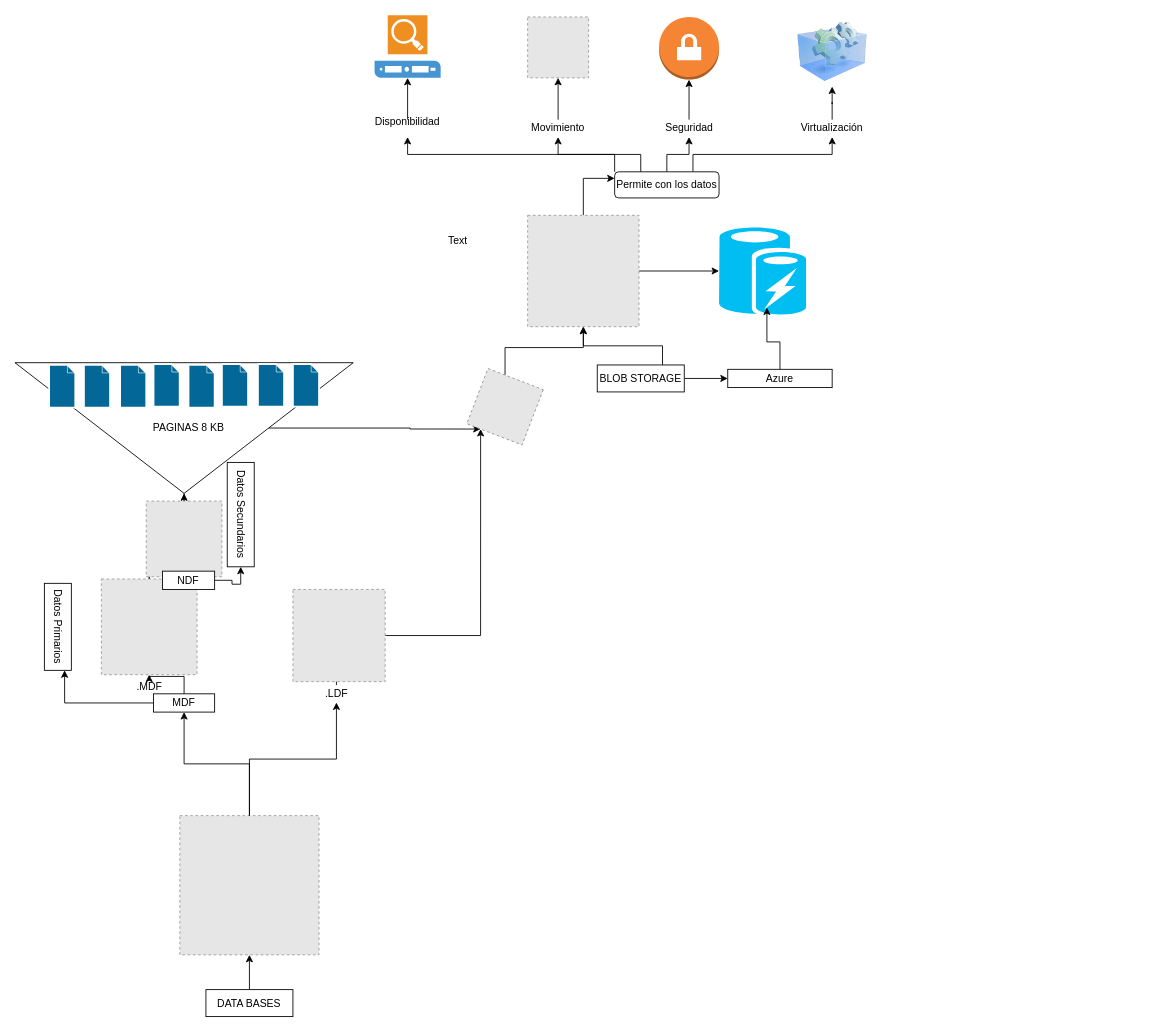
This is Untitled Diagram.drawio from Alexs18/BaseDeDatos-Con-Plpgsql, a draw.io file, before an edit. Source tidied: cells renumbered, new cells numbered last; positions are measured from the earlier drawing's top-left corner, leaving out a move shared by most shapes. Both pictures are drawn from the tidied source at 87%, with x=0, y=0 at pixel (14, 15). Pictures stored in the file or linked from it are replaced by grey dashed boxes.
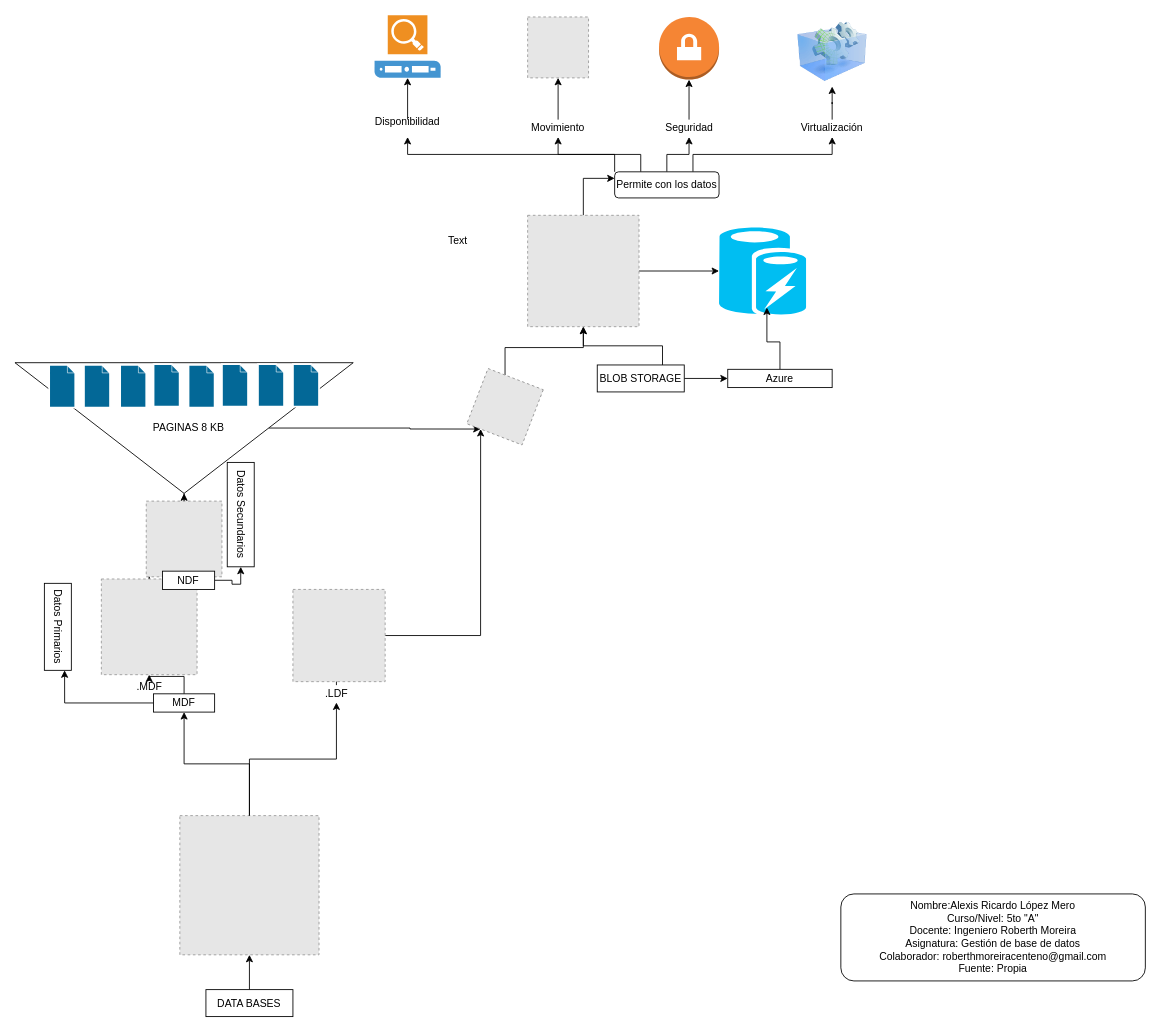
The same diagram, later.

Change to the diagram source:
```diff
@@
+    <mxCell id="63" value="&lt;div&gt;Nombre:Alexis Ricardo López Mero&lt;/div&gt;&lt;div&gt;Curso/Nivel: 5to &quot;A&quot;&lt;/div&gt;&lt;div&gt;Docente: Ingeniero Roberth Moreira &lt;br&gt;&lt;/div&gt;&lt;div&gt;Asignatura: Gestión de base de datos&lt;/div&gt;&lt;div&gt;Colaborador: roberthmoreiracenteno@gmail.com&lt;br&gt;&lt;/div&gt;Fuente: Propia" style="rounded=1;whiteSpace=wrap;html=1;" parent="1" vertex="1">
+      <mxGeometry x="950" y="1010" width="350" height="100" as="geometry" />
+    </mxCell>
```
